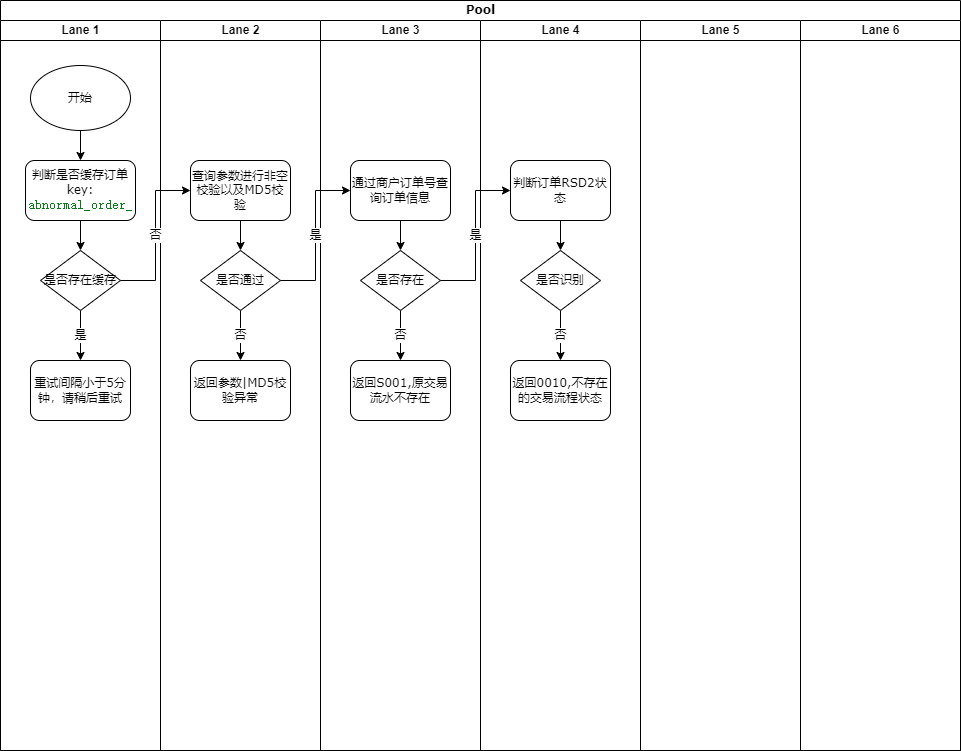
This is 异常订单手动处理流程.drawio.png from songyibo2019/mydiagrams, a draw.io export, as it was before one commit. Source tidied: cells renumbered, new cells last; positions are measured from the earlier drawing's top-left corner, leaving out a move shared by most shapes.
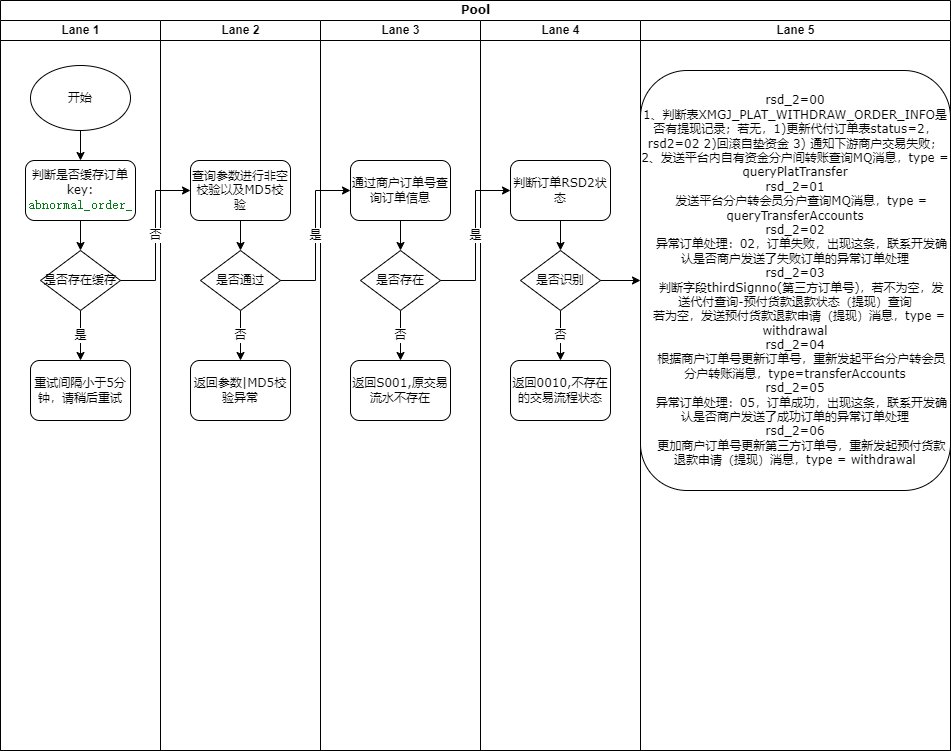
After the change.

Commit message:
Update 异常订单手动处理流程.drawio.png

Change to the diagram source:
```diff
@@ -3,7 +3,7 @@
     <mxCell id="0" />
     <mxCell id="1" parent="0" />
     <mxCell id="2" value="Pool" style="swimlane;html=1;startSize=20;rounded=0;shadow=0;labelBackgroundColor=none;strokeWidth=1;fontFamily=Verdana;fontSize=8;align=center;" parent="1" vertex="1">
-      <mxGeometry width="960" height="750" as="geometry" />
+      <mxGeometry width="950" height="750" as="geometry" />
     </mxCell>
     <mxCell id="3" value="Lane 1" style="swimlane;html=1;startSize=20;" parent="2" vertex="1">
       <mxGeometry y="20" width="160" height="730" as="geometry" />
@@ -84,11 +84,11 @@
       <mxGeometry x="30" y="340" width="100" height="60" as="geometry" />
     </mxCell>
     <mxCell id="29" value="Lane 5" style="swimlane;html=1;startSize=20;" parent="2" vertex="1">
-      <mxGeometry x="640" y="20" width="160" height="730" as="geometry" />
+      <mxGeometry x="640" y="20" width="310" height="730" as="geometry" />
     </mxCell>
-    <mxCell id="30" value="Lane 6" style="swimlane;html=1;startSize=20;" parent="2" vertex="1">
-      <mxGeometry x="800" y="20" width="160" height="730" as="geometry" />
-    </mxCell>
+    <mxCell id="34" value="&lt;div&gt;&lt;span style=&quot;font-size: 8px&quot;&gt;rsd_2=00&lt;/span&gt;&lt;/div&gt;&lt;div&gt;&lt;span style=&quot;font-size: 8px&quot;&gt;1、判断表XMGJ_PLAT_WITHDRAW_ORDER_INFO是否有提现记录；若无，1)更新代付订单表status=2，rsd2=02 2)回滚自垫资金 3) 通知下游商户交易失败；&lt;/span&gt;&lt;/div&gt;&lt;div&gt;&lt;span style=&quot;font-size: 8px&quot;&gt;2、发送平台内自有资金分户间转账查询MQ消息，type = queryPlatTransfer&lt;/span&gt;&lt;/div&gt;&lt;div&gt;&lt;span style=&quot;font-size: 8px&quot;&gt;rsd_2=01&lt;/span&gt;&lt;/div&gt;&lt;div&gt;&lt;span style=&quot;font-size: 8px&quot;&gt;&amp;nbsp; &amp;nbsp;发送平台分户转会员分户查询MQ消息，type = queryTransferAccounts&lt;/span&gt;&lt;/div&gt;&lt;div&gt;&lt;span style=&quot;font-size: 8px&quot;&gt;rsd_2=02&lt;/span&gt;&lt;/div&gt;&lt;div&gt;&lt;span style=&quot;font-size: 8px&quot;&gt;&amp;nbsp; &amp;nbsp;异常订单处理：02，订单失败，出现这条，联系开发确认是否商户发送了失败订单的异常订单处理&lt;/span&gt;&lt;/div&gt;&lt;div&gt;&lt;span style=&quot;font-size: 8px&quot;&gt;rsd_2=03&lt;/span&gt;&lt;/div&gt;&lt;div&gt;&lt;span style=&quot;font-size: 8px&quot;&gt;&amp;nbsp; &amp;nbsp;判断字段thirdSignno(第三方订单号)，若不为空，发送代付查询-预付货款退款状态（提现）查询&lt;/span&gt;&lt;/div&gt;&lt;div&gt;&lt;span style=&quot;font-size: 8px&quot;&gt;&lt;span&gt;&#9;&#9;&#9;&#9;&#9;&#9;&#9;&#9;&#9;&lt;/span&gt;&amp;nbsp; 若为空，发送预付货款退款申请（提现）消息，type = withdrawal&lt;/span&gt;&lt;/div&gt;&lt;div&gt;&lt;span style=&quot;font-size: 8px&quot;&gt;rsd_2=04&lt;/span&gt;&lt;/div&gt;&lt;div&gt;&lt;span style=&quot;font-size: 8px&quot;&gt;&amp;nbsp; &amp;nbsp;根据商户订单号更新订单号，重新发起平台分户转会员分户转账消息，type=transferAccounts&lt;/span&gt;&lt;/div&gt;&lt;div&gt;&lt;span style=&quot;font-size: 8px&quot;&gt;rsd_2=05&lt;/span&gt;&lt;/div&gt;&lt;div&gt;&lt;span style=&quot;font-size: 8px&quot;&gt;&amp;nbsp; &amp;nbsp;异常订单处理：05，订单成功，出现这条，联系开发确认是否商户发送了成功订单的异常订单处理&lt;/span&gt;&lt;/div&gt;&lt;div&gt;&lt;span style=&quot;font-size: 8px&quot;&gt;rsd_2=06&lt;/span&gt;&lt;/div&gt;&lt;div&gt;&lt;span style=&quot;font-size: 8px&quot;&gt;&amp;nbsp; &amp;nbsp;更加商户订单号更新第三方订单号，重新发起预付货款退款申请（提现）消息，type = withdrawal&lt;/span&gt;&lt;/div&gt;" style="rounded=1;whiteSpace=wrap;html=1;shadow=0;labelBackgroundColor=none;strokeWidth=1;fontFamily=Verdana;fontSize=8;align=center;" parent="29" vertex="1">
+      <mxGeometry y="50" width="310" height="420" as="geometry" />
+    </mxCell>
     <mxCell id="31" value="否" style="edgeStyle=orthogonalEdgeStyle;rounded=0;jettySize=auto;html=1;exitX=1;exitY=0.5;exitDx=0;exitDy=0;entryX=0;entryY=0.5;entryDx=0;entryDy=0;fontSize=11;" parent="2" edge="1" source="9" target="13">
       <mxGeometry relative="1" as="geometry" />
     </mxCell>
@@ -98,5 +98,8 @@
     <mxCell id="33" value="是" style="edgeStyle=orthogonalEdgeStyle;rounded=0;jettySize=auto;html=1;exitX=1;exitY=0.5;exitDx=0;exitDy=0;entryX=0;entryY=0.5;entryDx=0;entryDy=0;fontSize=11;" parent="2" edge="1" source="21" target="25">
       <mxGeometry relative="1" as="geometry" />
     </mxCell>
+    <mxCell id="35" style="edgeStyle=orthogonalEdgeStyle;rounded=0;jettySize=auto;html=1;exitX=1;exitY=0.5;exitDx=0;exitDy=0;entryX=0;entryY=0.5;entryDx=0;entryDy=0;fontSize=11;" parent="2" edge="1" source="27" target="34">
+      <mxGeometry relative="1" as="geometry" />
+    </mxCell>
   </root>
 </mxGraphModel>
```
